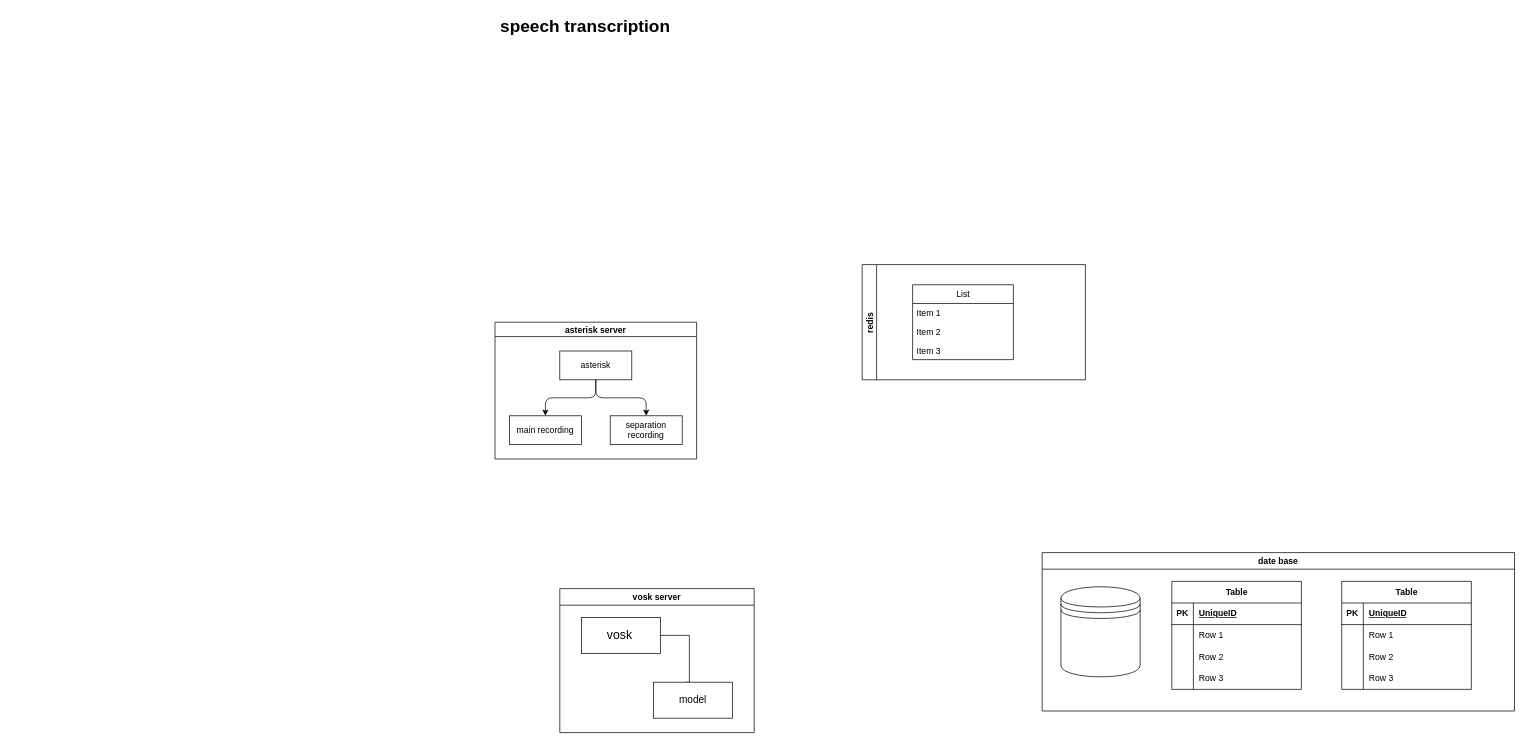
Before: Диаграмма без названия.drawio in NotEmptyNotAll/DemoShop, a draw.io diagram. Source tidied: cells renumbered, new cells numbered last; positions are measured from the earlier drawing's top-left corner, leaving out a move shared by most shapes. Both pictures are drawn from the tidied source at 72%, with x=0, y=0 at pixel (12, 12).
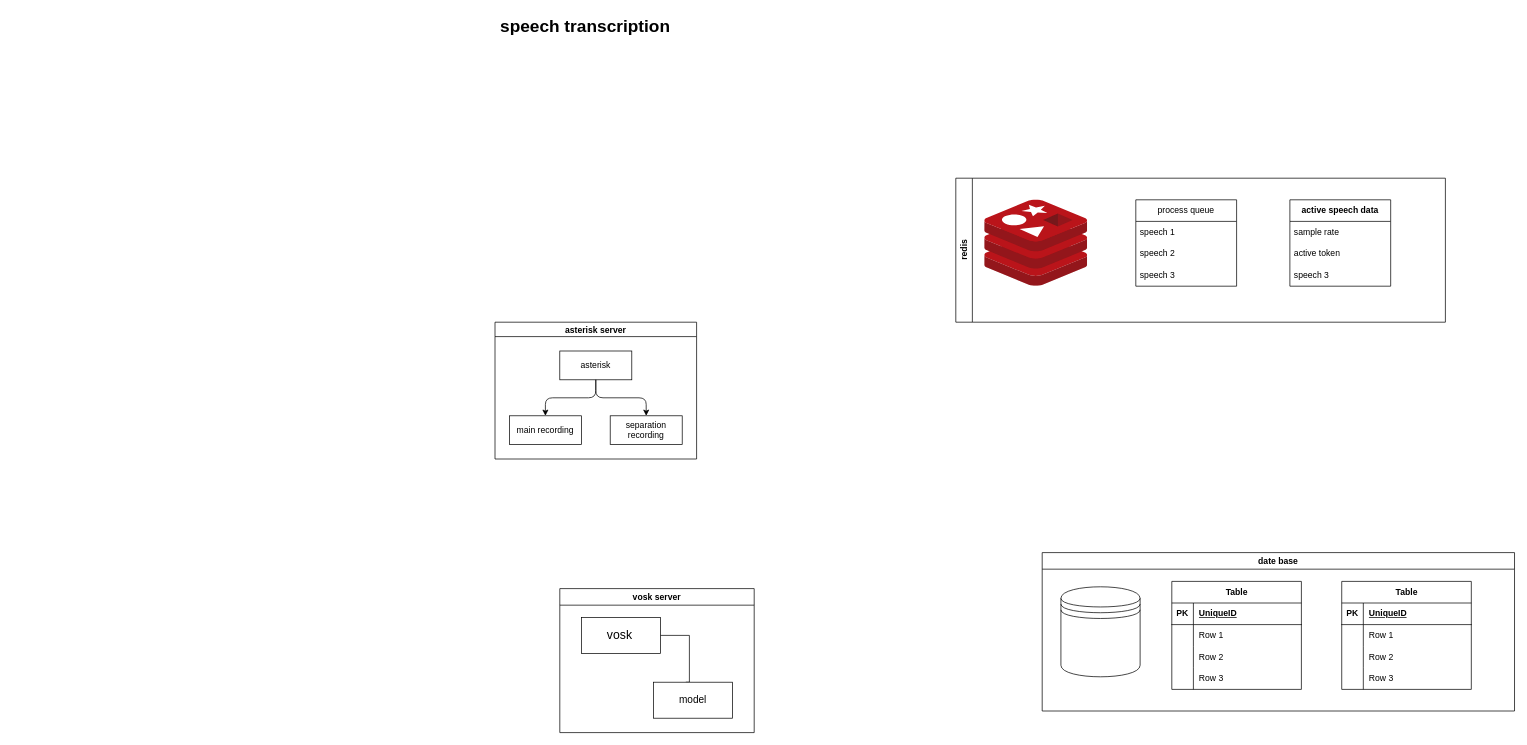
After the change.

The edit, as a diff of the source:
```diff
@@
-    <mxCell id="42" value="redis" style="swimlane;startSize=20;horizontal=0;horizontalTree=1;sortEdges=1;containerType=tree;fontSize=12;" parent="1" vertex="1">
-      <mxGeometry x="1180" y="350" width="310" height="160" as="geometry" />
+    <mxCell id="42" value="redis" style="swimlane;horizontal=0;whiteSpace=wrap;html=1;" parent="1" vertex="1">
+      <mxGeometry x="1310" y="230" width="680" height="200" as="geometry" />
     </mxCell>
-    <mxCell id="43" value="List" style="swimlane;fontStyle=0;horizontal=1;startSize=26;fillColor=none;html=1;" parent="42" vertex="1">
-      <mxGeometry x="70" y="28" width="140" height="104" as="geometry" />
-    </mxCell>
-    <mxCell id="44" value="Item 1" style="text;strokeColor=none;fillColor=none;align=left;verticalAlign=top;spacingLeft=4;spacingRight=4;overflow=hidden;whiteSpace=wrap;html=1;" parent="43" vertex="1">
-      <mxGeometry y="26" width="140" height="26" as="geometry" />
-    </mxCell>
-    <mxCell id="45" value="Item 2" style="text;strokeColor=none;fillColor=none;align=left;verticalAlign=top;spacingLeft=4;spacingRight=4;overflow=hidden;whiteSpace=wrap;html=1;" parent="43" vertex="1">
-      <mxGeometry y="52" width="140" height="26" as="geometry" />
-    </mxCell>
-    <mxCell id="46" value="Item 3" style="text;strokeColor=none;fillColor=none;align=left;verticalAlign=top;spacingLeft=4;spacingRight=4;overflow=hidden;whiteSpace=wrap;html=1;" parent="43" vertex="1">
-      <mxGeometry y="78" width="140" height="26" as="geometry" />
-    </mxCell>
+    <mxCell id="47" style="image;sketch=0;html=1;align=center;fontSize=12;image=img/lib/mscae/Cache_Redis_Product.svg;" parent="42" vertex="1">
+      <mxGeometry x="40" y="30" width="142.9" height="120" as="geometry" />
+    </mxCell>
+    <mxCell id="48" value="process queue" style="swimlane;fontStyle=0;horizontal=1;startSize=30;whiteSpace=wrap;html=1;" parent="42" vertex="1">
+      <mxGeometry x="250" y="30" width="140" height="120" as="geometry" />
+    </mxCell>
+    <mxCell id="49" value="speech 1" style="text;strokeColor=none;fillColor=none;align=left;verticalAlign=middle;spacingLeft=4;spacingRight=4;overflow=hidden;whiteSpace=wrap;html=1;" parent="48" vertex="1">
+      <mxGeometry y="30" width="140" height="30" as="geometry" />
+    </mxCell>
+    <mxCell id="50" value="speech 2" style="text;strokeColor=none;fillColor=none;align=left;verticalAlign=middle;spacingLeft=4;spacingRight=4;overflow=hidden;whiteSpace=wrap;html=1;" parent="48" vertex="1">
+      <mxGeometry y="60" width="140" height="30" as="geometry" />
+    </mxCell>
+    <mxCell id="51" value="speech&amp;nbsp;3" style="text;strokeColor=none;fillColor=none;align=left;verticalAlign=middle;spacingLeft=4;spacingRight=4;overflow=hidden;whiteSpace=wrap;html=1;" parent="48" vertex="1">
+      <mxGeometry y="90" width="140" height="30" as="geometry" />
+    </mxCell>
+    <mxCell id="52" value="&lt;span style=&quot;font-weight: 700;&quot;&gt;active speech data&lt;/span&gt;" style="swimlane;fontStyle=0;horizontal=1;startSize=30;whiteSpace=wrap;html=1;" parent="42" vertex="1">
+      <mxGeometry x="464" y="30" width="140" height="120" as="geometry" />
+    </mxCell>
+    <mxCell id="53" value="sample rate" style="text;strokeColor=none;fillColor=none;align=left;verticalAlign=middle;spacingLeft=4;spacingRight=4;overflow=hidden;whiteSpace=wrap;html=1;" parent="52" vertex="1">
+      <mxGeometry y="30" width="140" height="30" as="geometry" />
+    </mxCell>
+    <mxCell id="54" value="active token" style="text;strokeColor=none;fillColor=none;align=left;verticalAlign=middle;spacingLeft=4;spacingRight=4;overflow=hidden;whiteSpace=wrap;html=1;" parent="52" vertex="1">
+      <mxGeometry y="60" width="140" height="30" as="geometry" />
+    </mxCell>
+    <mxCell id="55" value="speech&amp;nbsp;3" style="text;strokeColor=none;fillColor=none;align=left;verticalAlign=middle;spacingLeft=4;spacingRight=4;overflow=hidden;whiteSpace=wrap;html=1;" parent="52" vertex="1">
+      <mxGeometry y="90" width="140" height="30" as="geometry" />
+    </mxCell>
+    <mxCell id="56" value="&lt;div style=&quot;text-align: justify; padding-right: 0px;&quot;&gt;&lt;br&gt;&lt;/div&gt;" style="text;html=1;align=left;verticalAlign=middle;strokeColor=none;fillColor=none;imageHeight=24;imageWidth=18;arcSize=8;" parent="1" vertex="1">
+      <mxGeometry x="1580" y="130" width="20" height="30" as="geometry" />
+    </mxCell>
```
